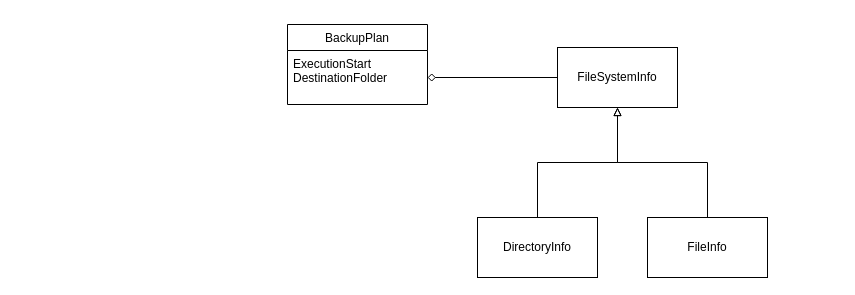
WicSan/Archiver keeps this draw.io diagram as page "Page-1" (1 of 2) of model.drawio. Above is the earlier version. Source tidied: cells renumbered, new cells numbered last; positions are measured from the earlier drawing's top-left corner, leaving out a move shared by most shapes. Both pictures are drawn from the tidied source at 100%, with x=0, y=0 at pixel (287, 24).
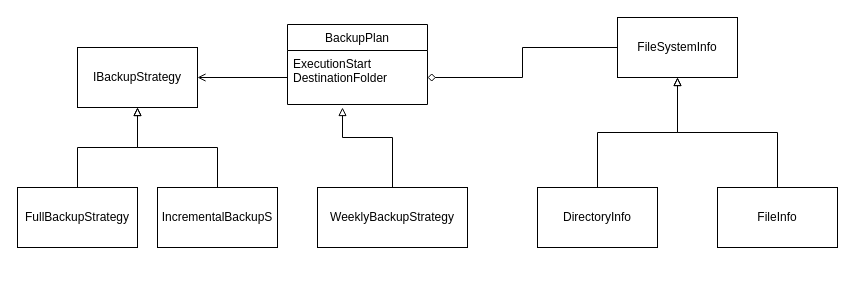
Above is the later version.

The edit, as a diff of the source:
```diff
@@
 <mxGraphModel>
   <root>
     <mxCell id="0" />
     <mxCell id="1" parent="0" />
     <mxCell id="2" style="edgeStyle=orthogonalEdgeStyle;rounded=0;jettySize=auto;html=1;endArrow=none;endFill=0;startArrow=diamond;startFill=0;exitX=1;exitY=0.5;exitDx=0;exitDy=0;" parent="1" edge="1" source="9" target="5">
       <mxGeometry relative="1" as="geometry" />
     </mxCell>
     <mxCell id="3" style="edgeStyle=orthogonalEdgeStyle;rounded=0;jettySize=auto;html=1;startArrow=block;startFill=0;endArrow=none;endFill=0;" parent="1" edge="1" source="5" target="6">
       <mxGeometry relative="1" as="geometry" />
     </mxCell>
     <mxCell id="4" style="edgeStyle=orthogonalEdgeStyle;rounded=0;jettySize=auto;html=1;startArrow=block;startFill=0;endArrow=none;endFill=0;" parent="1" edge="1" source="5" target="7">
       <mxGeometry relative="1" as="geometry" />
     </mxCell>
     <mxCell id="5" value="FileSystemInfo" style="rounded=0;whiteSpace=wrap;html=1;" parent="1" vertex="1">
-      <mxGeometry x="270" y="23" width="120" height="60" as="geometry" />
+      <mxGeometry x="330" y="-7" width="120" height="60" as="geometry" />
     </mxCell>
     <mxCell id="6" value="FileInfo" style="rounded=0;whiteSpace=wrap;html=1;" parent="1" vertex="1">
-      <mxGeometry x="360" y="193" width="120" height="60" as="geometry" />
+      <mxGeometry x="430" y="163" width="120" height="60" as="geometry" />
     </mxCell>
     <mxCell id="7" value="DirectoryInfo" style="rounded=0;whiteSpace=wrap;html=1;" parent="1" vertex="1">
-      <mxGeometry x="190" y="193" width="120" height="60" as="geometry" />
+      <mxGeometry x="250" y="163" width="120" height="60" as="geometry" />
     </mxCell>
     <mxCell id="8" value="BackupPlan" style="swimlane;fontStyle=0;horizontal=1;startSize=26;fillColor=none;" parent="1" vertex="1">
       <mxGeometry width="140" height="80" as="geometry" />
     </mxCell>
     <mxCell id="9" value="ExecutionStart&#10;DestinationFolder" style="text;strokeColor=none;fillColor=none;align=left;verticalAlign=top;spacingLeft=4;spacingRight=4;overflow=hidden;points=[[0,0.5],[1,0.5]];portConstraint=eastwest;" parent="8" vertex="1">
       <mxGeometry y="26" width="140" height="54" as="geometry" />
     </mxCell>
+    <mxCell id="10" value="IBackupStrategy" style="rounded=0;whiteSpace=wrap;html=1;" parent="1" vertex="1">
+      <mxGeometry x="-210" y="23" width="120" height="60" as="geometry" />
+    </mxCell>
+    <mxCell id="11" style="edgeStyle=orthogonalEdgeStyle;rounded=0;jettySize=auto;html=1;endArrow=block;endFill=0;exitX=0.5;exitY=0;exitDx=0;exitDy=0;" parent="1" edge="1" source="12">
+      <mxGeometry relative="1" as="geometry">
+        <mxPoint x="55" y="83" as="targetPoint" />
+        <Array as="points">
+          <mxPoint x="105" y="113" />
+          <mxPoint x="55" y="113" />
+        </Array>
+      </mxGeometry>
+    </mxCell>
+    <mxCell id="12" value="WeeklyBackupStrategy" style="rounded=0;whiteSpace=wrap;html=1;" parent="1" vertex="1">
+      <mxGeometry x="30" y="163" width="150" height="60" as="geometry" />
+    </mxCell>
+    <mxCell id="13" style="edgeStyle=orthogonalEdgeStyle;rounded=0;jettySize=auto;html=1;endArrow=open;endFill=0;" parent="1" edge="1" source="9" target="10">
+      <mxGeometry relative="1" as="geometry" />
+    </mxCell>
+    <mxCell id="14" style="edgeStyle=orthogonalEdgeStyle;rounded=0;jettySize=auto;html=1;endArrow=block;endFill=0;" parent="1" edge="1" source="15" target="10">
+      <mxGeometry relative="1" as="geometry" />
+    </mxCell>
+    <mxCell id="15" value="FullBackupStrategy" style="rounded=0;whiteSpace=wrap;html=1;" parent="1" vertex="1">
+      <mxGeometry x="-270" y="163" width="120" height="60" as="geometry" />
+    </mxCell>
+    <mxCell id="16" style="edgeStyle=orthogonalEdgeStyle;rounded=0;jettySize=auto;html=1;endArrow=block;endFill=0;" parent="1" edge="1" source="17" target="10">
+      <mxGeometry relative="1" as="geometry" />
+    </mxCell>
+    <mxCell id="17" value="IncrementalBackupS" style="rounded=0;whiteSpace=wrap;html=1;" parent="1" vertex="1">
+      <mxGeometry x="-130" y="163" width="120" height="60" as="geometry" />
+    </mxCell>
   </root>
 </mxGraphModel>
```
